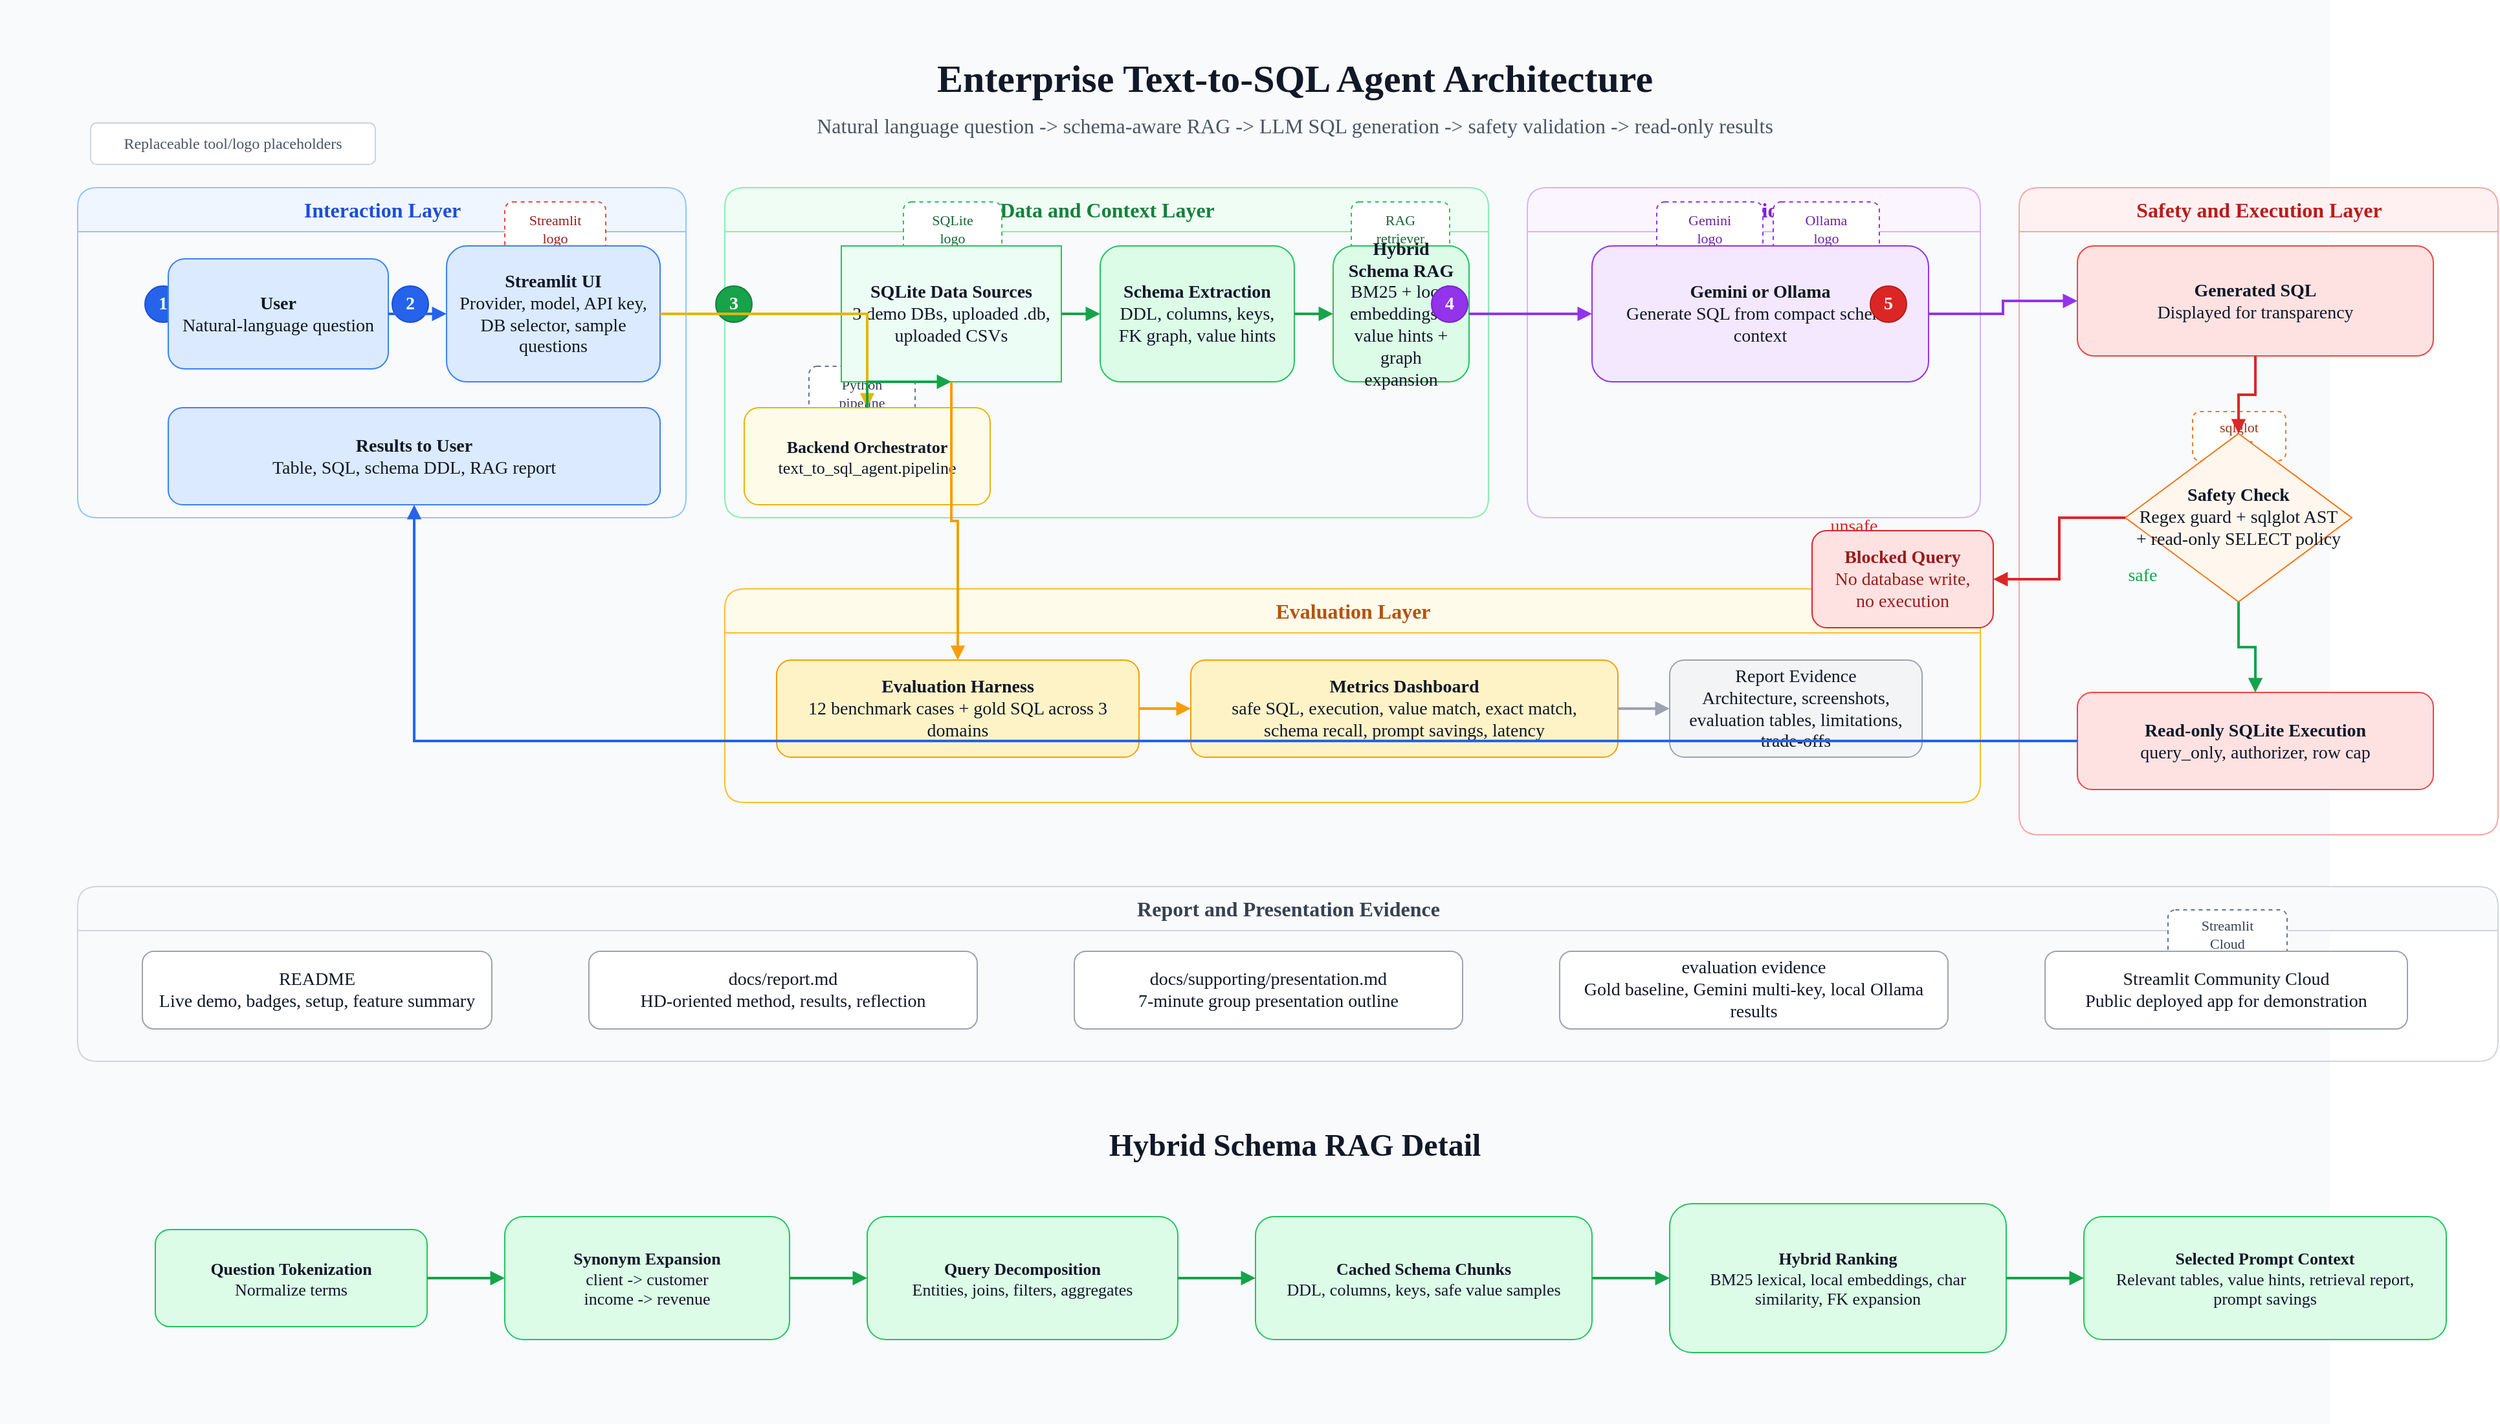
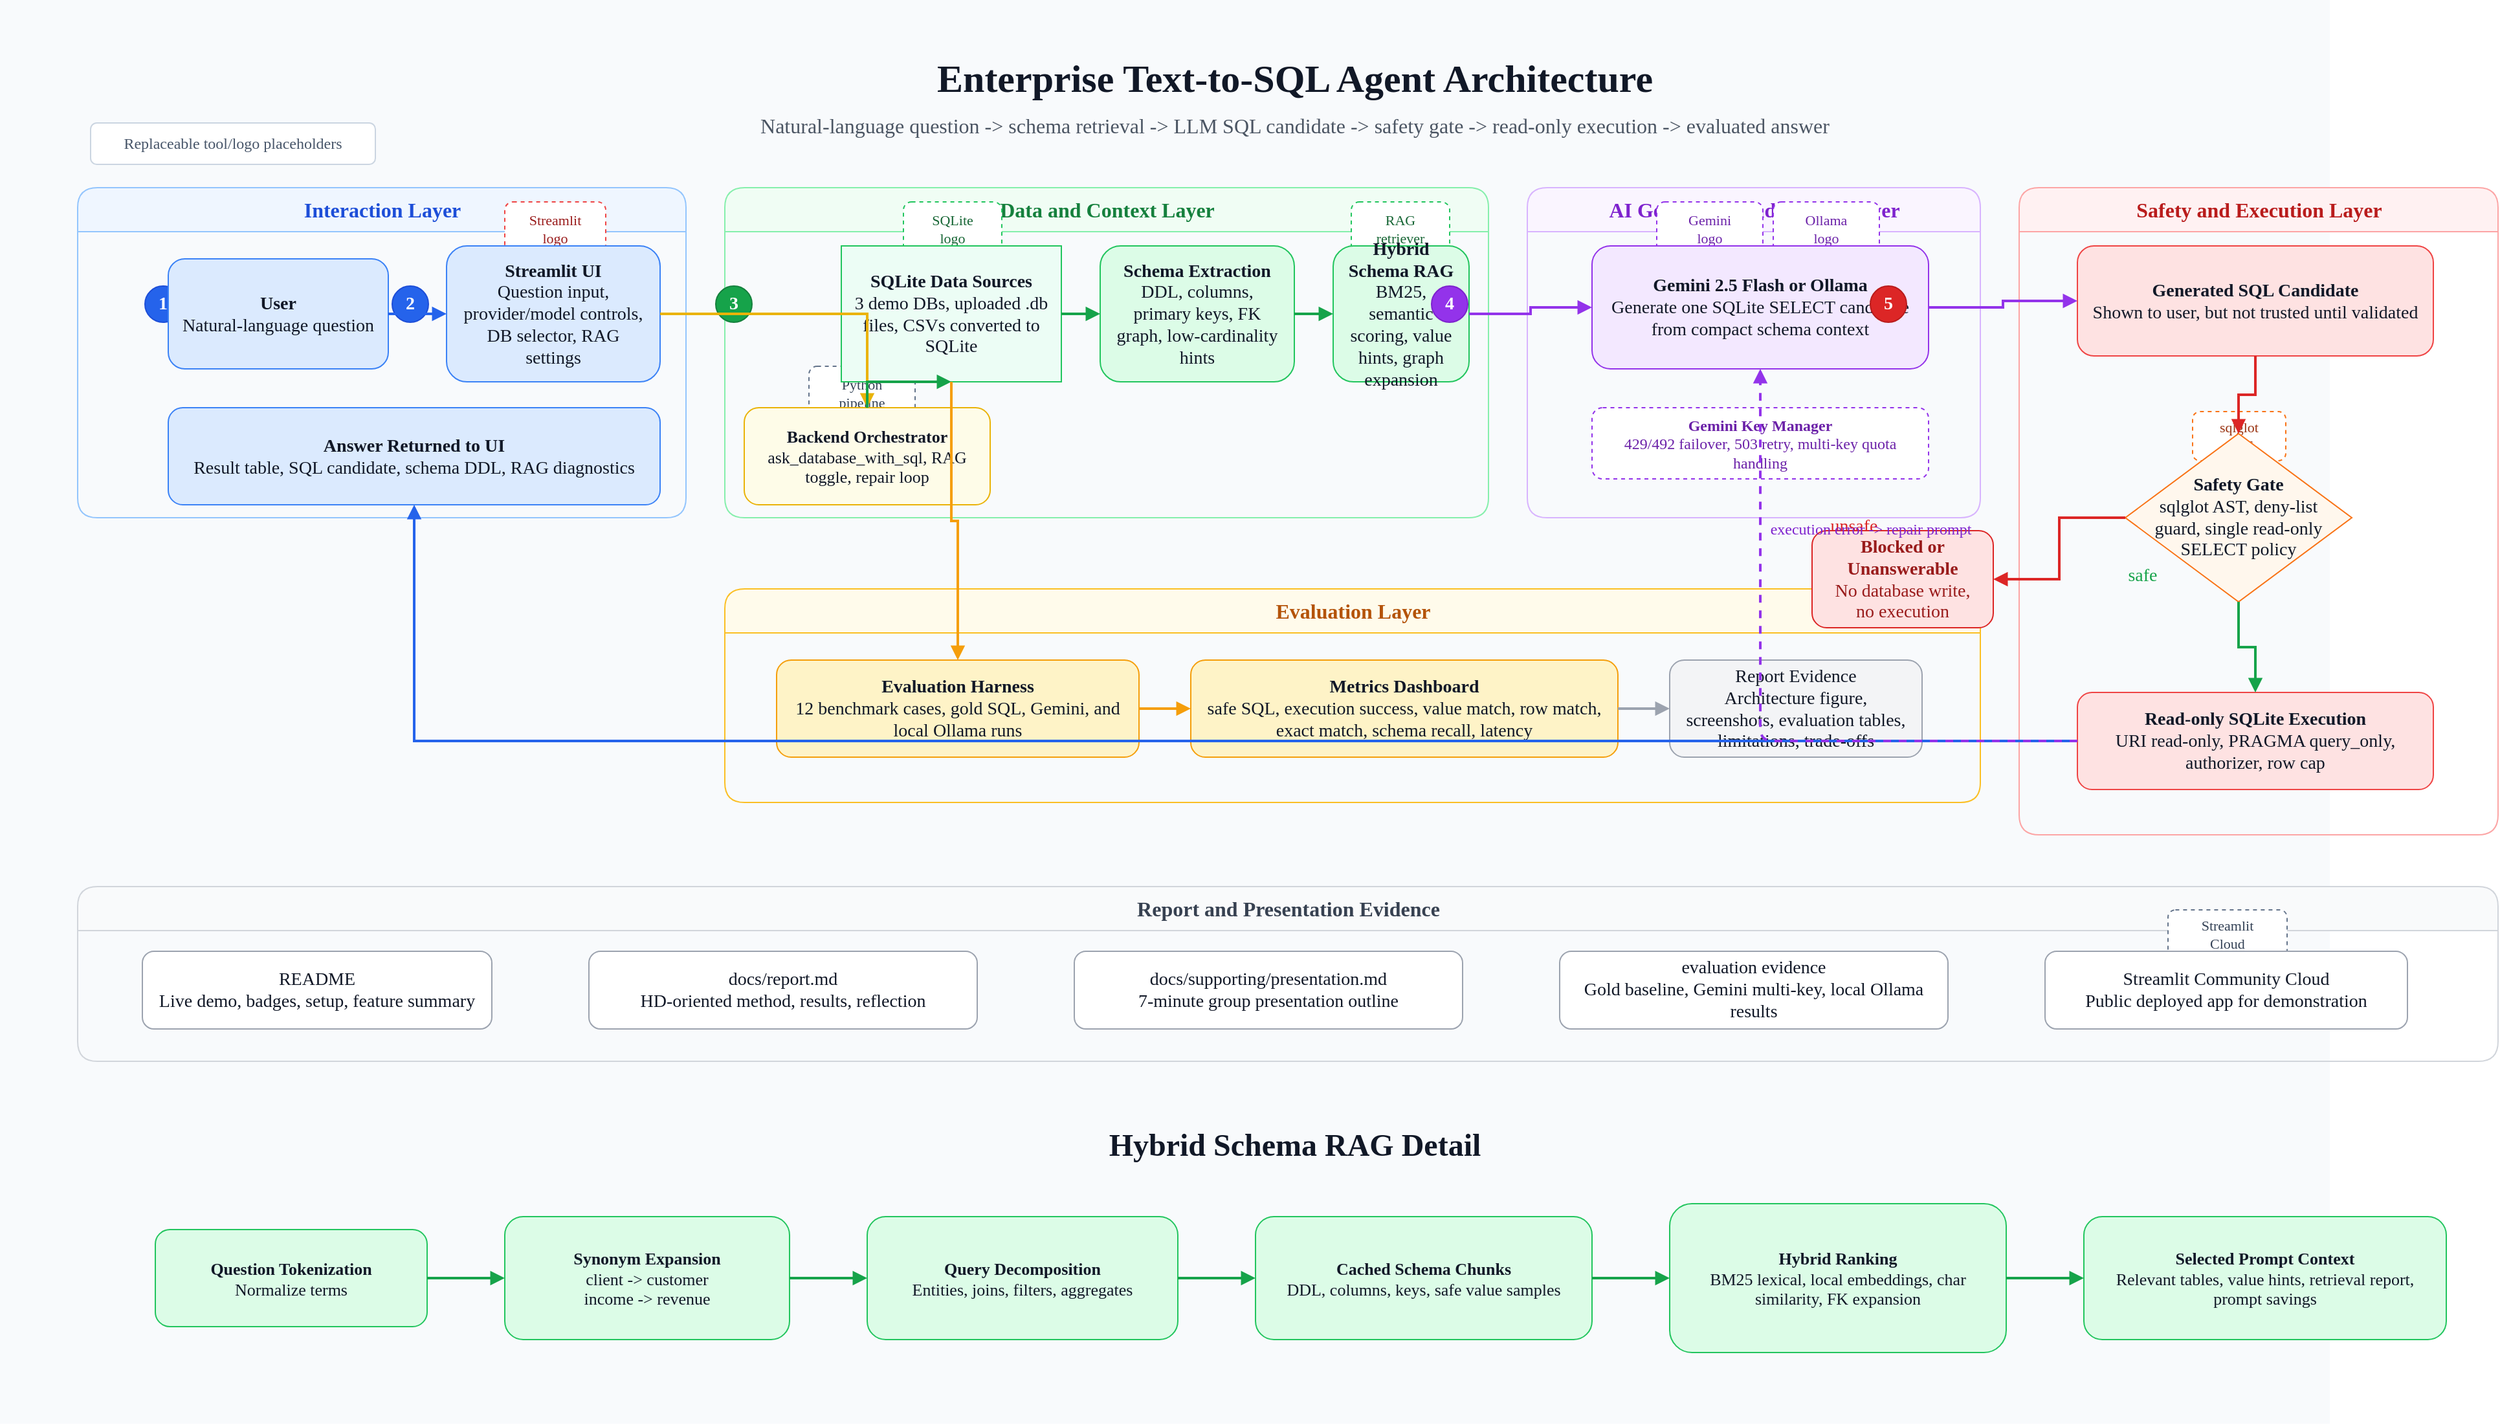
- <mxfile host="app.diagrams.net" modified="2026-05-11T00:00:00.000Z" agent="Codex" version="24.7.17">
+ <mxfile host="app.diagrams.net" modified="2026-05-19T00:00:00.000Z" agent="Codex" version="24.7.17">
  <diagram id="presentation-architecture" name="Presentation Architecture">
    <mxGraphModel dx="1800" dy="1100" grid="1" gridSize="10" guides="1" tooltips="1" connect="1" arrows="1" fold="1" page="1" pageScale="1" pageWidth="2000" pageHeight="1200" math="0" shadow="0">
      <root>
        <mxCell id="0" />
        <mxCell id="1" parent="0" />

        <mxCell id="bg" value="" style="rounded=0;whiteSpace=wrap;html=1;fontFamily=Google Sans;fillColor=#f8fafc;strokeColor=none;" vertex="1" parent="1">
          <mxGeometry x="0" y="0" width="1800" height="1100" as="geometry" />
        </mxCell>
        <mxCell id="title" value="Enterprise Text-to-SQL Agent Architecture" style="text;html=1;fontFamily=Google Sans;fontSize=30;fontStyle=1;strokeColor=none;fillColor=none;align=center;verticalAlign=middle;fontColor=#111827;" vertex="1" parent="1">
          <mxGeometry x="520" y="35" width="960" height="50" as="geometry" />
        </mxCell>
-         <mxCell id="subtitle" value="Natural language question -&gt; schema-aware RAG -&gt; LLM SQL generation -&gt; safety validation -&gt; read-only results" style="text;html=1;fontFamily=Google Sans;fontSize=16;strokeColor=none;fillColor=none;align=center;verticalAlign=middle;fontColor=#4b5563;" vertex="1" parent="1">
+         <mxCell id="subtitle" value="Natural-language question -&gt; schema retrieval -&gt; LLM SQL candidate -&gt; safety gate -&gt; read-only execution -&gt; evaluated answer" style="text;html=1;fontFamily=Google Sans;fontSize=16;strokeColor=none;fillColor=none;align=center;verticalAlign=middle;fontColor=#4b5563;" vertex="1" parent="1">
          <mxGeometry x="430" y="82" width="1140" height="30" as="geometry" />
        </mxCell>

        <mxCell id="lane1" value="Interaction Layer" style="swimlane;html=1;fontFamily=Google Sans;startSize=34;horizontal=1;rounded=1;fillColor=#eff6ff;strokeColor=#93c5fd;fontColor=#1d4ed8;fontSize=16;fontStyle=1;" vertex="1" parent="1">
          <mxGeometry x="60" y="145" width="470" height="255" as="geometry" />
        </mxCell>
        <mxCell id="lane2" value="Data and Context Layer" style="swimlane;html=1;fontFamily=Google Sans;startSize=34;horizontal=1;rounded=1;fillColor=#f0fdf4;strokeColor=#86efac;fontColor=#15803d;fontSize=16;fontStyle=1;" vertex="1" parent="1">
          <mxGeometry x="560" y="145" width="590" height="255" as="geometry" />
        </mxCell>
-         <mxCell id="lane3" value="AI Generation Layer" style="swimlane;html=1;fontFamily=Google Sans;startSize=34;horizontal=1;rounded=1;fillColor=#faf5ff;strokeColor=#d8b4fe;fontColor=#7e22ce;fontSize=16;fontStyle=1;" vertex="1" parent="1">
+         <mxCell id="lane3" value="AI Generation and Repair Layer" style="swimlane;html=1;fontFamily=Google Sans;startSize=34;horizontal=1;rounded=1;fillColor=#faf5ff;strokeColor=#d8b4fe;fontColor=#7e22ce;fontSize=16;fontStyle=1;" vertex="1" parent="1">
          <mxGeometry x="1180" y="145" width="350" height="255" as="geometry" />
        </mxCell>
        <mxCell id="lane4" value="Safety and Execution Layer" style="swimlane;html=1;fontFamily=Google Sans;startSize=34;horizontal=1;rounded=1;fillColor=#fff1f2;strokeColor=#fca5a5;fontColor=#b91c1c;fontSize=16;fontStyle=1;" vertex="1" parent="1">
          <mxGeometry x="1560" y="145" width="370" height="500" as="geometry" />
        </mxCell>
        <mxCell id="lane5" value="Evaluation Layer" style="swimlane;html=1;fontFamily=Google Sans;startSize=34;horizontal=1;rounded=1;fillColor=#fffbeb;strokeColor=#fbbf24;fontColor=#b45309;fontSize=16;fontStyle=1;" vertex="1" parent="1">
          <mxGeometry x="560" y="455" width="970" height="165" as="geometry" />
        </mxCell>
        <mxCell id="lane6" value="Report and Presentation Evidence" style="swimlane;html=1;fontFamily=Google Sans;startSize=34;horizontal=1;rounded=1;fillColor=#f9fafb;strokeColor=#d1d5db;fontColor=#374151;fontSize=16;fontStyle=1;" vertex="1" parent="1">
          <mxGeometry x="60" y="685" width="1870" height="135" as="geometry" />
        </mxCell>

        <mxCell id="legend" value="Replaceable tool/logo placeholders" style="rounded=1;whiteSpace=wrap;html=1;fontFamily=Google Sans;fillColor=#ffffff;strokeColor=#cbd5e1;fontSize=12;fontColor=#475569;spacing=6;" vertex="1" parent="1">
          <mxGeometry x="70" y="95" width="220" height="32" as="geometry" />
        </mxCell>
        <mxCell id="logoStreamlit" value="Streamlit&#xa;logo" style="rounded=1;whiteSpace=wrap;html=1;fontFamily=Google Sans;fillColor=#ffffff;strokeColor=#ef4444;dashed=1;fontSize=11;fontColor=#991b1b;spacing=4;" vertex="1" parent="1">
          <mxGeometry x="390" y="156" width="78" height="42" as="geometry" />
        </mxCell>
        <mxCell id="logoPython" value="Python&#xa;pipeline" style="rounded=1;whiteSpace=wrap;html=1;fontFamily=Google Sans;fillColor=#ffffff;strokeColor=#64748b;dashed=1;fontSize=11;fontColor=#334155;spacing=4;" vertex="1" parent="1">
          <mxGeometry x="625" y="283" width="82" height="42" as="geometry" />
        </mxCell>
        <mxCell id="logoSQLite" value="SQLite&#xa;logo" style="rounded=1;whiteSpace=wrap;html=1;fontFamily=Google Sans;fillColor=#ffffff;strokeColor=#22c55e;dashed=1;fontSize=11;fontColor=#166534;spacing=4;" vertex="1" parent="1">
          <mxGeometry x="698" y="156" width="76" height="42" as="geometry" />
        </mxCell>
        <mxCell id="logoRag" value="RAG&#xa;retriever" style="rounded=1;whiteSpace=wrap;html=1;fontFamily=Google Sans;fillColor=#ffffff;strokeColor=#22c55e;dashed=1;fontSize=11;fontColor=#166534;spacing=4;" vertex="1" parent="1">
          <mxGeometry x="1044" y="156" width="76" height="42" as="geometry" />
        </mxCell>
        <mxCell id="logoGemini" value="Gemini&#xa;logo" style="rounded=1;whiteSpace=wrap;html=1;fontFamily=Google Sans;fillColor=#ffffff;strokeColor=#9333ea;dashed=1;fontSize=11;fontColor=#6b21a8;spacing=4;" vertex="1" parent="1">
          <mxGeometry x="1280" y="156" width="82" height="42" as="geometry" />
        </mxCell>
        <mxCell id="logoOllama" value="Ollama&#xa;logo" style="rounded=1;whiteSpace=wrap;html=1;fontFamily=Google Sans;fillColor=#ffffff;strokeColor=#9333ea;dashed=1;fontSize=11;fontColor=#6b21a8;spacing=4;" vertex="1" parent="1">
          <mxGeometry x="1370" y="156" width="82" height="42" as="geometry" />
        </mxCell>
        <mxCell id="logoSqlglot" value="sqlglot&#xa;AST" style="rounded=1;whiteSpace=wrap;html=1;fontFamily=Google Sans;fillColor=#ffffff;strokeColor=#f97316;dashed=1;fontSize=11;fontColor=#9a3412;spacing=4;" vertex="1" parent="1">
          <mxGeometry x="1694" y="318" width="72" height="38" as="geometry" />
        </mxCell>
        <mxCell id="logoCloud" value="Streamlit&#xa;Cloud" style="rounded=1;whiteSpace=wrap;html=1;fontFamily=Google Sans;fillColor=#ffffff;strokeColor=#64748b;dashed=1;fontSize=11;fontColor=#334155;spacing=4;" vertex="1" parent="1">
          <mxGeometry x="1675" y="703" width="92" height="38" as="geometry" />
        </mxCell>

        <mxCell id="n1" value="1" style="ellipse;whiteSpace=wrap;html=1;fontFamily=Google Sans;aspect=fixed;fillColor=#2563eb;strokeColor=#1d4ed8;fontColor=#ffffff;fontSize=14;fontStyle=1;" vertex="1" parent="1">
          <mxGeometry x="112" y="221" width="28" height="28" as="geometry" />
        </mxCell>
        <mxCell id="user" value="&lt;b&gt;User&lt;/b&gt;&#xa;Natural-language question" style="rounded=1;whiteSpace=wrap;html=1;fontFamily=Google Sans;fillColor=#dbeafe;strokeColor=#3b82f6;fontSize=14;fontColor=#111827;spacing=10;" vertex="1" parent="1">
          <mxGeometry x="130" y="200" width="170" height="85" as="geometry" />
        </mxCell>
        <mxCell id="n2" value="2" style="ellipse;whiteSpace=wrap;html=1;fontFamily=Google Sans;aspect=fixed;fillColor=#2563eb;strokeColor=#1d4ed8;fontColor=#ffffff;fontSize=14;fontStyle=1;" vertex="1" parent="1">
          <mxGeometry x="303" y="221" width="28" height="28" as="geometry" />
        </mxCell>
-         <mxCell id="ui" value="&lt;b&gt;Streamlit UI&lt;/b&gt;&#xa;Provider, model, API key, DB selector, sample questions" style="rounded=1;whiteSpace=wrap;html=1;fontFamily=Google Sans;fillColor=#dbeafe;strokeColor=#3b82f6;fontSize=14;fontColor=#111827;spacing=10;" vertex="1" parent="1">
+         <mxCell id="ui" value="&lt;b&gt;Streamlit UI&lt;/b&gt;&#xa;Question input, provider/model controls, DB selector, RAG settings" style="rounded=1;whiteSpace=wrap;html=1;fontFamily=Google Sans;fillColor=#dbeafe;strokeColor=#3b82f6;fontSize=14;fontColor=#111827;spacing=10;" vertex="1" parent="1">
          <mxGeometry x="345" y="190" width="165" height="105" as="geometry" />
        </mxCell>

        <mxCell id="n3" value="3" style="ellipse;whiteSpace=wrap;html=1;fontFamily=Google Sans;aspect=fixed;fillColor=#16a34a;strokeColor=#15803d;fontColor=#ffffff;fontSize=14;fontStyle=1;" vertex="1" parent="1">
          <mxGeometry x="553" y="221" width="28" height="28" as="geometry" />
        </mxCell>
-         <mxCell id="data" value="&lt;b&gt;SQLite Data Sources&lt;/b&gt;&#xa;3 demo DBs, uploaded .db, uploaded CSVs" style="shape=cylinder3d;whiteSpace=wrap;html=1;fontFamily=Google Sans;boundedLbl=1;backgroundOutline=1;size=15;fillColor=#ecfdf5;strokeColor=#22c55e;fontSize=14;fontColor=#111827;" vertex="1" parent="1">
+         <mxCell id="data" value="&lt;b&gt;SQLite Data Sources&lt;/b&gt;&#xa;3 demo DBs, uploaded .db files, CSVs converted to SQLite" style="shape=cylinder3d;whiteSpace=wrap;html=1;fontFamily=Google Sans;boundedLbl=1;backgroundOutline=1;size=15;fillColor=#ecfdf5;strokeColor=#22c55e;fontSize=14;fontColor=#111827;" vertex="1" parent="1">
          <mxGeometry x="650" y="190" width="170" height="105" as="geometry" />
        </mxCell>
-         <mxCell id="schema" value="&lt;b&gt;Schema Extraction&lt;/b&gt;&#xa;DDL, columns, keys, FK graph, value hints" style="rounded=1;whiteSpace=wrap;html=1;fontFamily=Google Sans;fillColor=#dcfce7;strokeColor=#22c55e;fontSize=14;fontColor=#111827;spacing=10;" vertex="1" parent="1">
+         <mxCell id="schema" value="&lt;b&gt;Schema Extraction&lt;/b&gt;&#xa;DDL, columns, primary keys, FK graph, low-cardinality hints" style="rounded=1;whiteSpace=wrap;html=1;fontFamily=Google Sans;fillColor=#dcfce7;strokeColor=#22c55e;fontSize=14;fontColor=#111827;spacing=10;" vertex="1" parent="1">
          <mxGeometry x="850" y="190" width="150" height="105" as="geometry" />
        </mxCell>
-         <mxCell id="rag" value="&lt;b&gt;Hybrid Schema RAG&lt;/b&gt;&#xa;BM25 + local embeddings + value hints + graph expansion" style="rounded=1;whiteSpace=wrap;html=1;fontFamily=Google Sans;fillColor=#dcfce7;strokeColor=#22c55e;fontSize=14;fontColor=#111827;spacing=10;" vertex="1" parent="1">
+         <mxCell id="rag" value="&lt;b&gt;Hybrid Schema RAG&lt;/b&gt;&#xa;BM25, semantic scoring, value hints, graph expansion" style="rounded=1;whiteSpace=wrap;html=1;fontFamily=Google Sans;fillColor=#dcfce7;strokeColor=#22c55e;fontSize=14;fontColor=#111827;spacing=10;" vertex="1" parent="1">
          <mxGeometry x="1030" y="190" width="105" height="105" as="geometry" />
        </mxCell>

        <mxCell id="n4" value="4" style="ellipse;whiteSpace=wrap;html=1;fontFamily=Google Sans;aspect=fixed;fillColor=#9333ea;strokeColor=#7e22ce;fontColor=#ffffff;fontSize=14;fontStyle=1;" vertex="1" parent="1">
          <mxGeometry x="1106" y="221" width="28" height="28" as="geometry" />
        </mxCell>
-         <mxCell id="llm" value="&lt;b&gt;Gemini or Ollama&lt;/b&gt;&#xa;Generate SQL from compact schema context" style="rounded=1;whiteSpace=wrap;html=1;fontFamily=Google Sans;fillColor=#f3e8ff;strokeColor=#9333ea;fontSize=14;fontColor=#111827;spacing=10;" vertex="1" parent="1">
-           <mxGeometry x="1230" y="190" width="260" height="105" as="geometry" />
+         <mxCell id="llm" value="&lt;b&gt;Gemini 2.5 Flash or Ollama&lt;/b&gt;&#xa;Generate one SQLite SELECT candidate from compact schema context" style="rounded=1;whiteSpace=wrap;html=1;fontFamily=Google Sans;fillColor=#f3e8ff;strokeColor=#9333ea;fontSize=14;fontColor=#111827;spacing=10;" vertex="1" parent="1">
+           <mxGeometry x="1230" y="190" width="260" height="95" as="geometry" />
+         </mxCell>
+         <mxCell id="keymgr" value="&lt;b&gt;Gemini Key Manager&lt;/b&gt;&#xa;429/492 failover, 503 retry, multi-key quota handling" style="rounded=1;whiteSpace=wrap;html=1;fontFamily=Google Sans;fillColor=#ffffff;strokeColor=#9333ea;dashed=1;fontSize=12;fontColor=#6b21a8;spacing=7;" vertex="1" parent="1">
+           <mxGeometry x="1230" y="315" width="260" height="55" as="geometry" />
        </mxCell>

        <mxCell id="n5" value="5" style="ellipse;whiteSpace=wrap;html=1;fontFamily=Google Sans;aspect=fixed;fillColor=#dc2626;strokeColor=#b91c1c;fontColor=#ffffff;fontSize=14;fontStyle=1;" vertex="1" parent="1">
          <mxGeometry x="1445" y="221" width="28" height="28" as="geometry" />
        </mxCell>
-         <mxCell id="sql" value="&lt;b&gt;Generated SQL&lt;/b&gt;&#xa;Displayed for transparency" style="rounded=1;whiteSpace=wrap;html=1;fontFamily=Google Sans;fillColor=#fee2e2;strokeColor=#ef4444;fontSize=14;fontColor=#111827;spacing=10;" vertex="1" parent="1">
+         <mxCell id="sql" value="&lt;b&gt;Generated SQL Candidate&lt;/b&gt;&#xa;Shown to user, but not trusted until validated" style="rounded=1;whiteSpace=wrap;html=1;fontFamily=Google Sans;fillColor=#fee2e2;strokeColor=#ef4444;fontSize=14;fontColor=#111827;spacing=10;" vertex="1" parent="1">
          <mxGeometry x="1605" y="190" width="275" height="85" as="geometry" />
        </mxCell>
-         <mxCell id="safety" value="&lt;b&gt;Safety Check&lt;/b&gt;&#xa;Regex guard + sqlglot AST + read-only SELECT policy" style="rhombus;whiteSpace=wrap;html=1;fontFamily=Google Sans;fillColor=#fff7ed;strokeColor=#f97316;fontSize=14;fontColor=#111827;spacing=8;" vertex="1" parent="1">
+         <mxCell id="safety" value="&lt;b&gt;Safety Gate&lt;/b&gt;&#xa;sqlglot AST, deny-list guard, single read-only SELECT policy" style="rhombus;whiteSpace=wrap;html=1;fontFamily=Google Sans;fillColor=#fff7ed;strokeColor=#f97316;fontSize=14;fontColor=#111827;spacing=8;" vertex="1" parent="1">
          <mxGeometry x="1642" y="335" width="175" height="130" as="geometry" />
        </mxCell>
        <mxCell id="safeLabel" value="safe" style="text;html=1;fontFamily=Google Sans;fontSize=14;fontColor=#16a34a;strokeColor=none;fillColor=none;align=center;" vertex="1" parent="1">
          <mxGeometry x="1625" y="430" width="60" height="25" as="geometry" />
        </mxCell>
-         <mxCell id="exec" value="&lt;b&gt;Read-only SQLite Execution&lt;/b&gt;&#xa;query_only, authorizer, row cap" style="rounded=1;whiteSpace=wrap;html=1;fontFamily=Google Sans;fillColor=#fee2e2;strokeColor=#ef4444;fontSize=14;fontColor=#111827;spacing=10;" vertex="1" parent="1">
+         <mxCell id="exec" value="&lt;b&gt;Read-only SQLite Execution&lt;/b&gt;&#xa;URI read-only, PRAGMA query_only, authorizer, row cap" style="rounded=1;whiteSpace=wrap;html=1;fontFamily=Google Sans;fillColor=#fee2e2;strokeColor=#ef4444;fontSize=14;fontColor=#111827;spacing=10;" vertex="1" parent="1">
          <mxGeometry x="1605" y="535" width="275" height="75" as="geometry" />
        </mxCell>
        <mxCell id="unsafeLabel" value="unsafe" style="text;html=1;fontFamily=Google Sans;fontSize=14;fontColor=#dc2626;strokeColor=none;fillColor=none;align=center;" vertex="1" parent="1">
          <mxGeometry x="1397" y="392" width="70" height="25" as="geometry" />
        </mxCell>
-         <mxCell id="blocked" value="&lt;b&gt;Blocked Query&lt;/b&gt;&#xa;No database write, no execution" style="rounded=1;whiteSpace=wrap;html=1;fontFamily=Google Sans;fillColor=#fee2e2;strokeColor=#dc2626;fontSize=14;fontColor=#991b1b;spacing=10;" vertex="1" parent="1">
+         <mxCell id="blocked" value="&lt;b&gt;Blocked or Unanswerable&lt;/b&gt;&#xa;No database write, no execution" style="rounded=1;whiteSpace=wrap;html=1;fontFamily=Google Sans;fillColor=#fee2e2;strokeColor=#dc2626;fontSize=14;fontColor=#991b1b;spacing=10;" vertex="1" parent="1">
          <mxGeometry x="1400" y="410" width="140" height="75" as="geometry" />
        </mxCell>

-         <mxCell id="result" value="&lt;b&gt;Results to User&lt;/b&gt;&#xa;Table, SQL, schema DDL, RAG report" style="rounded=1;whiteSpace=wrap;html=1;fontFamily=Google Sans;fillColor=#dbeafe;strokeColor=#3b82f6;fontSize=14;fontColor=#111827;spacing=10;" vertex="1" parent="1">
+         <mxCell id="result" value="&lt;b&gt;Answer Returned to UI&lt;/b&gt;&#xa;Result table, SQL candidate, schema DDL, RAG diagnostics" style="rounded=1;whiteSpace=wrap;html=1;fontFamily=Google Sans;fillColor=#dbeafe;strokeColor=#3b82f6;fontSize=14;fontColor=#111827;spacing=10;" vertex="1" parent="1">
          <mxGeometry x="130" y="315" width="380" height="75" as="geometry" />
        </mxCell>
-         <mxCell id="backend" value="&lt;b&gt;Backend Orchestrator&lt;/b&gt;&#xa;text_to_sql_agent.pipeline" style="rounded=1;whiteSpace=wrap;html=1;fontFamily=Google Sans;fillColor=#fefce8;strokeColor=#eab308;fontSize=13;fontColor=#111827;spacing=8;" vertex="1" parent="1">
+         <mxCell id="backend" value="&lt;b&gt;Backend Orchestrator&lt;/b&gt;&#xa;ask_database_with_sql, RAG toggle, repair loop" style="rounded=1;whiteSpace=wrap;html=1;fontFamily=Google Sans;fillColor=#fefce8;strokeColor=#eab308;fontSize=13;fontColor=#111827;spacing=8;" vertex="1" parent="1">
          <mxGeometry x="575" y="315" width="190" height="75" as="geometry" />
        </mxCell>

-         <mxCell id="eval" value="&lt;b&gt;Evaluation Harness&lt;/b&gt;&#xa;12 benchmark cases + gold SQL across 3 domains" style="rounded=1;whiteSpace=wrap;html=1;fontFamily=Google Sans;fillColor=#fef3c7;strokeColor=#f59e0b;fontSize=14;fontColor=#111827;spacing=10;" vertex="1" parent="1">
+         <mxCell id="eval" value="&lt;b&gt;Evaluation Harness&lt;/b&gt;&#xa;12 benchmark cases, gold SQL, Gemini, and local Ollama runs" style="rounded=1;whiteSpace=wrap;html=1;fontFamily=Google Sans;fillColor=#fef3c7;strokeColor=#f59e0b;fontSize=14;fontColor=#111827;spacing=10;" vertex="1" parent="1">
          <mxGeometry x="600" y="510" width="280" height="75" as="geometry" />
        </mxCell>
-         <mxCell id="metrics" value="&lt;b&gt;Metrics Dashboard&lt;/b&gt;&#xa;safe SQL, execution, value match, exact match, schema recall, prompt savings, latency" style="rounded=1;whiteSpace=wrap;html=1;fontFamily=Google Sans;fillColor=#fef3c7;strokeColor=#f59e0b;fontSize=14;fontColor=#111827;spacing=10;" vertex="1" parent="1">
+         <mxCell id="metrics" value="&lt;b&gt;Metrics Dashboard&lt;/b&gt;&#xa;safe SQL, execution success, value match, row match, exact match, schema recall, latency" style="rounded=1;whiteSpace=wrap;html=1;fontFamily=Google Sans;fillColor=#fef3c7;strokeColor=#f59e0b;fontSize=14;fontColor=#111827;spacing=10;" vertex="1" parent="1">
          <mxGeometry x="920" y="510" width="330" height="75" as="geometry" />
        </mxCell>
-         <mxCell id="report" value="Report Evidence&#xa;Architecture, screenshots, evaluation tables, limitations, trade-offs" style="rounded=1;whiteSpace=wrap;html=1;fontFamily=Google Sans;fillColor=#f3f4f6;strokeColor=#9ca3af;fontSize=14;fontColor=#111827;spacing=10;" vertex="1" parent="1">
+         <mxCell id="report" value="Report Evidence&#xa;Architecture figure, screenshots, evaluation tables, limitations, trade-offs" style="rounded=1;whiteSpace=wrap;html=1;fontFamily=Google Sans;fillColor=#f3f4f6;strokeColor=#9ca3af;fontSize=14;fontColor=#111827;spacing=10;" vertex="1" parent="1">
          <mxGeometry x="1290" y="510" width="195" height="75" as="geometry" />
        </mxCell>

        <mxCell id="artifact1" value="README&#xa;Live demo, badges, setup, feature summary" style="rounded=1;whiteSpace=wrap;html=1;fontFamily=Google Sans;fillColor=#ffffff;strokeColor=#9ca3af;fontSize=14;fontColor=#111827;spacing=10;" vertex="1" parent="1">
          <mxGeometry x="110" y="735" width="270" height="60" as="geometry" />
        </mxCell>
        <mxCell id="artifact2" value="docs/report.md&#xa;HD-oriented method, results, reflection" style="rounded=1;whiteSpace=wrap;html=1;fontFamily=Google Sans;fillColor=#ffffff;strokeColor=#9ca3af;fontSize=14;fontColor=#111827;spacing=10;" vertex="1" parent="1">
          <mxGeometry x="455" y="735" width="300" height="60" as="geometry" />
        </mxCell>
        <mxCell id="artifact3" value="docs/supporting/presentation.md&#xa;7-minute group presentation outline" style="rounded=1;whiteSpace=wrap;html=1;fontFamily=Google Sans;fillColor=#ffffff;strokeColor=#9ca3af;fontSize=14;fontColor=#111827;spacing=10;" vertex="1" parent="1">
          <mxGeometry x="830" y="735" width="300" height="60" as="geometry" />
        </mxCell>
        <mxCell id="artifact4" value="evaluation evidence&#xa;Gold baseline, Gemini multi-key, local Ollama results" style="rounded=1;whiteSpace=wrap;html=1;fontFamily=Google Sans;fillColor=#ffffff;strokeColor=#9ca3af;fontSize=14;fontColor=#111827;spacing=10;" vertex="1" parent="1">
          <mxGeometry x="1205" y="735" width="300" height="60" as="geometry" />
        </mxCell>
        <mxCell id="artifact5" value="Streamlit Community Cloud&#xa;Public deployed app for demonstration" style="rounded=1;whiteSpace=wrap;html=1;fontFamily=Google Sans;fillColor=#ffffff;strokeColor=#9ca3af;fontSize=14;fontColor=#111827;spacing=10;" vertex="1" parent="1">
          <mxGeometry x="1580" y="735" width="280" height="60" as="geometry" />
        </mxCell>

        <mxCell id="ragTitle" value="Hybrid Schema RAG Detail" style="text;html=1;fontFamily=Google Sans;fontSize=24;fontStyle=1;strokeColor=none;fillColor=none;align=center;verticalAlign=middle;fontColor=#111827;" vertex="1" parent="1">
          <mxGeometry x="710" y="865" width="580" height="40" as="geometry" />
        </mxCell>
        <mxCell id="r1" value="&lt;b&gt;Question Tokenization&lt;/b&gt;&#xa;Normalize terms" style="rounded=1;whiteSpace=wrap;html=1;fontFamily=Google Sans;fillColor=#dcfce7;strokeColor=#22c55e;fontSize=13;fontColor=#111827;spacing=8;" vertex="1" parent="1">
          <mxGeometry x="120" y="950" width="210" height="75" as="geometry" />
        </mxCell>
        <mxCell id="r2" value="&lt;b&gt;Synonym Expansion&lt;/b&gt;&#xa;client -> customer&#xa;income -> revenue" style="rounded=1;whiteSpace=wrap;html=1;fontFamily=Google Sans;fillColor=#dcfce7;strokeColor=#22c55e;fontSize=13;fontColor=#111827;spacing=8;" vertex="1" parent="1">
          <mxGeometry x="390" y="940" width="220" height="95" as="geometry" />
        </mxCell>
        <mxCell id="r3" value="&lt;b&gt;Query Decomposition&lt;/b&gt;&#xa;Entities, joins, filters, aggregates" style="rounded=1;whiteSpace=wrap;html=1;fontFamily=Google Sans;fillColor=#dcfce7;strokeColor=#22c55e;fontSize=13;fontColor=#111827;spacing=8;" vertex="1" parent="1">
          <mxGeometry x="670" y="940" width="240" height="95" as="geometry" />
        </mxCell>
        <mxCell id="r4" value="&lt;b&gt;Cached Schema Chunks&lt;/b&gt;&#xa;DDL, columns, keys, safe value samples" style="rounded=1;whiteSpace=wrap;html=1;fontFamily=Google Sans;fillColor=#dcfce7;strokeColor=#22c55e;fontSize=13;fontColor=#111827;spacing=8;" vertex="1" parent="1">
          <mxGeometry x="970" y="940" width="260" height="95" as="geometry" />
        </mxCell>
        <mxCell id="r5" value="&lt;b&gt;Hybrid Ranking&lt;/b&gt;&#xa;BM25 lexical, local embeddings, char similarity, FK expansion" style="rounded=1;whiteSpace=wrap;html=1;fontFamily=Google Sans;fillColor=#dcfce7;strokeColor=#22c55e;fontSize=13;fontColor=#111827;spacing=8;" vertex="1" parent="1">
          <mxGeometry x="1290" y="930" width="260" height="115" as="geometry" />
        </mxCell>
        <mxCell id="r6" value="&lt;b&gt;Selected Prompt Context&lt;/b&gt;&#xa;Relevant tables, value hints, retrieval report, prompt savings" style="rounded=1;whiteSpace=wrap;html=1;fontFamily=Google Sans;fillColor=#dcfce7;strokeColor=#22c55e;fontSize=13;fontColor=#111827;spacing=8;" vertex="1" parent="1">
          <mxGeometry x="1610" y="940" width="280" height="95" as="geometry" />
+         </mxCell>
+         <mxCell id="repairLabel" value="execution error -&gt; repair prompt" style="text;html=1;fontFamily=Google Sans;fontSize=12;fontColor=#7e22ce;strokeColor=none;fillColor=none;align=center;" vertex="1" parent="1">
+           <mxGeometry x="1350" y="395" width="190" height="25" as="geometry" />
        </mxCell>

        <mxCell id="e1" style="edgeStyle=orthogonalEdgeStyle;rounded=0;orthogonalLoop=1;jettySize=auto;html=1;fontFamily=Google Sans;endArrow=block;strokeWidth=2;strokeColor=#2563eb;" edge="1" parent="1" source="user" target="ui"><mxGeometry relative="1" as="geometry" /></mxCell>
        <mxCell id="e2" style="edgeStyle=orthogonalEdgeStyle;rounded=0;orthogonalLoop=1;jettySize=auto;html=1;fontFamily=Google Sans;endArrow=block;strokeWidth=2;strokeColor=#eab308;" edge="1" parent="1" source="ui" target="backend"><mxGeometry relative="1" as="geometry" /></mxCell>
        <mxCell id="e2b" style="edgeStyle=orthogonalEdgeStyle;rounded=0;orthogonalLoop=1;jettySize=auto;html=1;fontFamily=Google Sans;endArrow=block;strokeWidth=2;strokeColor=#16a34a;" edge="1" parent="1" source="backend" target="data"><mxGeometry relative="1" as="geometry" /></mxCell>
        <mxCell id="e3" style="edgeStyle=orthogonalEdgeStyle;rounded=0;orthogonalLoop=1;jettySize=auto;html=1;fontFamily=Google Sans;endArrow=block;strokeWidth=2;strokeColor=#16a34a;" edge="1" parent="1" source="data" target="schema"><mxGeometry relative="1" as="geometry" /></mxCell>
        <mxCell id="e4" style="edgeStyle=orthogonalEdgeStyle;rounded=0;orthogonalLoop=1;jettySize=auto;html=1;fontFamily=Google Sans;endArrow=block;strokeWidth=2;strokeColor=#16a34a;" edge="1" parent="1" source="schema" target="rag"><mxGeometry relative="1" as="geometry" /></mxCell>
        <mxCell id="e5" style="edgeStyle=orthogonalEdgeStyle;rounded=0;orthogonalLoop=1;jettySize=auto;html=1;fontFamily=Google Sans;endArrow=block;strokeWidth=2;strokeColor=#9333ea;" edge="1" parent="1" source="rag" target="llm"><mxGeometry relative="1" as="geometry" /></mxCell>
        <mxCell id="e6" style="edgeStyle=orthogonalEdgeStyle;rounded=0;orthogonalLoop=1;jettySize=auto;html=1;fontFamily=Google Sans;endArrow=block;strokeWidth=2;strokeColor=#9333ea;" edge="1" parent="1" source="llm" target="sql"><mxGeometry relative="1" as="geometry" /></mxCell>
        <mxCell id="e7" style="edgeStyle=orthogonalEdgeStyle;rounded=0;orthogonalLoop=1;jettySize=auto;html=1;fontFamily=Google Sans;endArrow=block;strokeWidth=2;strokeColor=#dc2626;" edge="1" parent="1" source="sql" target="safety"><mxGeometry relative="1" as="geometry" /></mxCell>
        <mxCell id="e8" style="edgeStyle=orthogonalEdgeStyle;rounded=0;orthogonalLoop=1;jettySize=auto;html=1;fontFamily=Google Sans;endArrow=block;strokeWidth=2;strokeColor=#16a34a;" edge="1" parent="1" source="safety" target="exec"><mxGeometry relative="1" as="geometry" /></mxCell>
        <mxCell id="e9" style="edgeStyle=orthogonalEdgeStyle;rounded=0;orthogonalLoop=1;jettySize=auto;html=1;fontFamily=Google Sans;endArrow=block;strokeWidth=2;strokeColor=#dc2626;" edge="1" parent="1" source="safety" target="blocked"><mxGeometry relative="1" as="geometry" /></mxCell>
        <mxCell id="e10" style="edgeStyle=orthogonalEdgeStyle;rounded=0;orthogonalLoop=1;jettySize=auto;html=1;fontFamily=Google Sans;endArrow=block;strokeWidth=2;strokeColor=#2563eb;" edge="1" parent="1" source="exec" target="result"><mxGeometry relative="1" as="geometry" /></mxCell>
+         <mxCell id="eRepair" style="edgeStyle=orthogonalEdgeStyle;rounded=1;orthogonalLoop=1;jettySize=auto;html=1;fontFamily=Google Sans;endArrow=block;strokeWidth=2;strokeColor=#9333ea;dashed=1;" edge="1" parent="1" source="exec" target="llm"><mxGeometry relative="1" as="geometry" /></mxCell>
        <mxCell id="e11" style="edgeStyle=orthogonalEdgeStyle;rounded=0;orthogonalLoop=1;jettySize=auto;html=1;fontFamily=Google Sans;endArrow=block;strokeWidth=2;strokeColor=#f59e0b;" edge="1" parent="1" source="data" target="eval"><mxGeometry relative="1" as="geometry" /></mxCell>
        <mxCell id="e12" style="edgeStyle=orthogonalEdgeStyle;rounded=0;orthogonalLoop=1;jettySize=auto;html=1;fontFamily=Google Sans;endArrow=block;strokeWidth=2;strokeColor=#f59e0b;" edge="1" parent="1" source="eval" target="metrics"><mxGeometry relative="1" as="geometry" /></mxCell>
        <mxCell id="e13" style="edgeStyle=orthogonalEdgeStyle;rounded=0;orthogonalLoop=1;jettySize=auto;html=1;fontFamily=Google Sans;endArrow=block;strokeWidth=2;strokeColor=#9ca3af;" edge="1" parent="1" source="metrics" target="report"><mxGeometry relative="1" as="geometry" /></mxCell>
        <mxCell id="e14" style="edgeStyle=orthogonalEdgeStyle;rounded=0;orthogonalLoop=1;jettySize=auto;html=1;fontFamily=Google Sans;endArrow=block;strokeWidth=2;strokeColor=#16a34a;" edge="1" parent="1" source="r1" target="r2"><mxGeometry relative="1" as="geometry" /></mxCell>
        <mxCell id="e15" style="edgeStyle=orthogonalEdgeStyle;rounded=0;orthogonalLoop=1;jettySize=auto;html=1;fontFamily=Google Sans;endArrow=block;strokeWidth=2;strokeColor=#16a34a;" edge="1" parent="1" source="r2" target="r3"><mxGeometry relative="1" as="geometry" /></mxCell>
        <mxCell id="e16" style="edgeStyle=orthogonalEdgeStyle;rounded=0;orthogonalLoop=1;jettySize=auto;html=1;fontFamily=Google Sans;endArrow=block;strokeWidth=2;strokeColor=#16a34a;" edge="1" parent="1" source="r3" target="r4"><mxGeometry relative="1" as="geometry" /></mxCell>
        <mxCell id="e17" style="edgeStyle=orthogonalEdgeStyle;rounded=0;orthogonalLoop=1;jettySize=auto;html=1;fontFamily=Google Sans;endArrow=block;strokeWidth=2;strokeColor=#16a34a;" edge="1" parent="1" source="r4" target="r5"><mxGeometry relative="1" as="geometry" /></mxCell>
        <mxCell id="e18" style="edgeStyle=orthogonalEdgeStyle;rounded=0;orthogonalLoop=1;jettySize=auto;html=1;fontFamily=Google Sans;endArrow=block;strokeWidth=2;strokeColor=#16a34a;" edge="1" parent="1" source="r5" target="r6"><mxGeometry relative="1" as="geometry" /></mxCell>
      </root>
    </mxGraphModel>
  </diagram>
  <diagram id="module-architecture" name="Implementation Modules">
    <mxGraphModel dx="1600" dy="1000" grid="1" gridSize="10" guides="1" tooltips="1" connect="1" arrows="1" fold="1" page="1" pageScale="1" pageWidth="1600" pageHeight="1000" math="0" shadow="0">
      <root>
        <mxCell id="0" />
        <mxCell id="1" parent="0" />
        <mxCell id="bg2" value="" style="rounded=0;whiteSpace=wrap;html=1;fontFamily=Google Sans;fillColor=#ffffff;strokeColor=none;" vertex="1" parent="1">
          <mxGeometry x="0" y="0" width="1600" height="1000" as="geometry" />
        </mxCell>
        <mxCell id="title2" value="Implementation Module Map" style="text;html=1;fontFamily=Google Sans;fontSize=30;fontStyle=1;strokeColor=none;fillColor=none;align=center;verticalAlign=middle;fontColor=#111827;" vertex="1" parent="1">
          <mxGeometry x="420" y="45" width="760" height="50" as="geometry" />
        </mxCell>
        <mxCell id="app" value="app.py&#xa;Streamlit layout, controls, dashboard rendering" style="rounded=1;whiteSpace=wrap;html=1;fontFamily=Google Sans;fillColor=#dbeafe;strokeColor=#3b82f6;fontSize=15;spacing=10;" vertex="1" parent="1">
          <mxGeometry x="90" y="180" width="250" height="85" as="geometry" />
        </mxCell>
        <mxCell id="pipe" value="pipeline.py&#xa;Main orchestration, prompt construction, repair loop" style="rounded=1;whiteSpace=wrap;html=1;fontFamily=Google Sans;fillColor=#fef3c7;strokeColor=#f59e0b;fontSize=15;spacing=10;" vertex="1" parent="1">
          <mxGeometry x="420" y="180" width="270" height="85" as="geometry" />
        </mxCell>
-         <mxCell id="llm2" value="llm.py&#xa;Gemini and Ollama client calls" style="rounded=1;whiteSpace=wrap;html=1;fontFamily=Google Sans;fillColor=#f3e8ff;strokeColor=#9333ea;fontSize=15;spacing=10;" vertex="1" parent="1">
+         <mxCell id="llm2" value="llm.py&#xa;Prompt assembly, Gemini/Ollama calls, SQL-only response cleanup" style="rounded=1;whiteSpace=wrap;html=1;fontFamily=Google Sans;fillColor=#f3e8ff;strokeColor=#9333ea;fontSize=15;spacing=10;" vertex="1" parent="1">
          <mxGeometry x="780" y="110" width="230" height="75" as="geometry" />
+         </mxCell>
+         <mxCell id="gemini2" value="gemini_manager.py&#xa;Multi-key loading, quota failover, 503 retry handling" style="rounded=1;whiteSpace=wrap;html=1;fontFamily=Google Sans;fillColor=#faf5ff;strokeColor=#9333ea;dashed=1;fontSize=14;spacing=8;" vertex="1" parent="1">
+           <mxGeometry x="1080" y="70" width="250" height="75" as="geometry" />
        </mxCell>
        <mxCell id="rag2" value="rag.py&#xa;Hybrid schema retrieval, decomposition, value hints, cache" style="rounded=1;whiteSpace=wrap;html=1;fontFamily=Google Sans;fillColor=#dcfce7;strokeColor=#22c55e;fontSize=15;spacing=10;" vertex="1" parent="1">
          <mxGeometry x="780" y="235" width="230" height="90" as="geometry" />
        </mxCell>
        <mxCell id="schema2" value="schema.py&#xa;DDL extraction, columns, foreign keys" style="rounded=1;whiteSpace=wrap;html=1;fontFamily=Google Sans;fillColor=#dcfce7;strokeColor=#22c55e;fontSize=15;spacing=10;" vertex="1" parent="1">
          <mxGeometry x="1080" y="170" width="220" height="75" as="geometry" />
        </mxCell>
-         <mxCell id="safety2" value="safety.py&#xa;SQL validation, sqlglot AST, read-only policy" style="rounded=1;whiteSpace=wrap;html=1;fontFamily=Google Sans;fillColor=#fee2e2;strokeColor=#ef4444;fontSize=15;spacing=10;" vertex="1" parent="1">
+         <mxCell id="safety2" value="safety.py&#xa;SQL validation, sqlglot AST, deny-list, read-only policy" style="rounded=1;whiteSpace=wrap;html=1;fontFamily=Google Sans;fillColor=#fee2e2;strokeColor=#ef4444;fontSize=15;spacing=10;" vertex="1" parent="1">
          <mxGeometry x="420" y="385" width="270" height="85" as="geometry" />
        </mxCell>
        <mxCell id="exec2" value="execution.py&#xa;SQLite read-only execution and row limits" style="rounded=1;whiteSpace=wrap;html=1;fontFamily=Google Sans;fillColor=#fee2e2;strokeColor=#ef4444;fontSize=15;spacing=10;" vertex="1" parent="1">
          <mxGeometry x="780" y="390" width="230" height="75" as="geometry" />
        </mxCell>
        <mxCell id="data2" value="data_setup.py / ingestion.py&#xa;Demo database creation and CSV conversion" style="rounded=1;whiteSpace=wrap;html=1;fontFamily=Google Sans;fillColor=#f3f4f6;strokeColor=#9ca3af;fontSize=15;spacing=10;" vertex="1" parent="1">
          <mxGeometry x="1080" y="360" width="250" height="85" as="geometry" />
        </mxCell>
-         <mxCell id="eval2" value="scripts/evaluate_text_to_sql.py&#xa;Gold baseline, LLM evaluation, metrics export" style="rounded=1;whiteSpace=wrap;html=1;fontFamily=Google Sans;fillColor=#fffbeb;strokeColor=#f59e0b;fontSize=15;spacing=10;" vertex="1" parent="1">
+         <mxCell id="eval2" value="scripts/evaluate_text_to_sql.py&#xa;Gold baseline, Gemini/Ollama evaluation, CSV and Markdown export" style="rounded=1;whiteSpace=wrap;html=1;fontFamily=Google Sans;fillColor=#fffbeb;strokeColor=#f59e0b;fontSize=15;spacing=10;" vertex="1" parent="1">
          <mxGeometry x="420" y="580" width="310" height="85" as="geometry" />
        </mxCell>
        <mxCell id="docs2" value="docs/ and README.md&#xa;Report, slides, architecture, screenshots, deployment" style="rounded=1;whiteSpace=wrap;html=1;fontFamily=Google Sans;fillColor=#f9fafb;strokeColor=#9ca3af;fontSize=15;spacing=10;" vertex="1" parent="1">
          <mxGeometry x="820" y="580" width="310" height="85" as="geometry" />
        </mxCell>
        <mxCell id="compat" value="text_to_sql_agent_mvp.py&#xa;Compatibility wrapper for old imports and tests" style="rounded=1;whiteSpace=wrap;html=1;fontFamily=Google Sans;fillColor=#e0f2fe;strokeColor=#0284c7;fontSize=15;spacing=10;" vertex="1" parent="1">
          <mxGeometry x="90" y="390" width="250" height="85" as="geometry" />
        </mxCell>

        <mxCell id="m1" style="edgeStyle=orthogonalEdgeStyle;rounded=0;orthogonalLoop=1;jettySize=auto;html=1;fontFamily=Google Sans;endArrow=block;strokeWidth=2;strokeColor=#2563eb;" edge="1" parent="1" source="app" target="pipe"><mxGeometry relative="1" as="geometry" /></mxCell>
        <mxCell id="m2" style="edgeStyle=orthogonalEdgeStyle;rounded=0;orthogonalLoop=1;jettySize=auto;html=1;fontFamily=Google Sans;endArrow=block;strokeWidth=2;strokeColor=#9333ea;" edge="1" parent="1" source="pipe" target="llm2"><mxGeometry relative="1" as="geometry" /></mxCell>
+         <mxCell id="m2b" style="edgeStyle=orthogonalEdgeStyle;rounded=0;orthogonalLoop=1;jettySize=auto;html=1;fontFamily=Google Sans;endArrow=block;strokeWidth=2;strokeColor=#9333ea;dashed=1;" edge="1" parent="1" source="llm2" target="gemini2"><mxGeometry relative="1" as="geometry" /></mxCell>
        <mxCell id="m3" style="edgeStyle=orthogonalEdgeStyle;rounded=0;orthogonalLoop=1;jettySize=auto;html=1;fontFamily=Google Sans;endArrow=block;strokeWidth=2;strokeColor=#16a34a;" edge="1" parent="1" source="pipe" target="rag2"><mxGeometry relative="1" as="geometry" /></mxCell>
        <mxCell id="m4" style="edgeStyle=orthogonalEdgeStyle;rounded=0;orthogonalLoop=1;jettySize=auto;html=1;fontFamily=Google Sans;endArrow=block;strokeWidth=2;strokeColor=#16a34a;" edge="1" parent="1" source="rag2" target="schema2"><mxGeometry relative="1" as="geometry" /></mxCell>
        <mxCell id="m5" style="edgeStyle=orthogonalEdgeStyle;rounded=0;orthogonalLoop=1;jettySize=auto;html=1;fontFamily=Google Sans;endArrow=block;strokeWidth=2;strokeColor=#dc2626;" edge="1" parent="1" source="pipe" target="safety2"><mxGeometry relative="1" as="geometry" /></mxCell>
        <mxCell id="m6" style="edgeStyle=orthogonalEdgeStyle;rounded=0;orthogonalLoop=1;jettySize=auto;html=1;fontFamily=Google Sans;endArrow=block;strokeWidth=2;strokeColor=#dc2626;" edge="1" parent="1" source="safety2" target="exec2"><mxGeometry relative="1" as="geometry" /></mxCell>
        <mxCell id="m7" style="edgeStyle=orthogonalEdgeStyle;rounded=0;orthogonalLoop=1;jettySize=auto;html=1;fontFamily=Google Sans;endArrow=block;strokeWidth=2;strokeColor=#9ca3af;" edge="1" parent="1" source="data2" target="schema2"><mxGeometry relative="1" as="geometry" /></mxCell>
        <mxCell id="m8" style="edgeStyle=orthogonalEdgeStyle;rounded=0;orthogonalLoop=1;jettySize=auto;html=1;fontFamily=Google Sans;endArrow=block;strokeWidth=2;strokeColor=#0284c7;" edge="1" parent="1" source="compat" target="pipe"><mxGeometry relative="1" as="geometry" /></mxCell>
        <mxCell id="m9" style="edgeStyle=orthogonalEdgeStyle;rounded=0;orthogonalLoop=1;jettySize=auto;html=1;fontFamily=Google Sans;endArrow=block;strokeWidth=2;strokeColor=#f59e0b;" edge="1" parent="1" source="eval2" target="pipe"><mxGeometry relative="1" as="geometry" /></mxCell>
        <mxCell id="m10" style="edgeStyle=orthogonalEdgeStyle;rounded=0;orthogonalLoop=1;jettySize=auto;html=1;fontFamily=Google Sans;endArrow=block;strokeWidth=2;strokeColor=#9ca3af;" edge="1" parent="1" source="eval2" target="docs2"><mxGeometry relative="1" as="geometry" /></mxCell>
      </root>
    </mxGraphModel>
  </diagram>
</mxfile>
